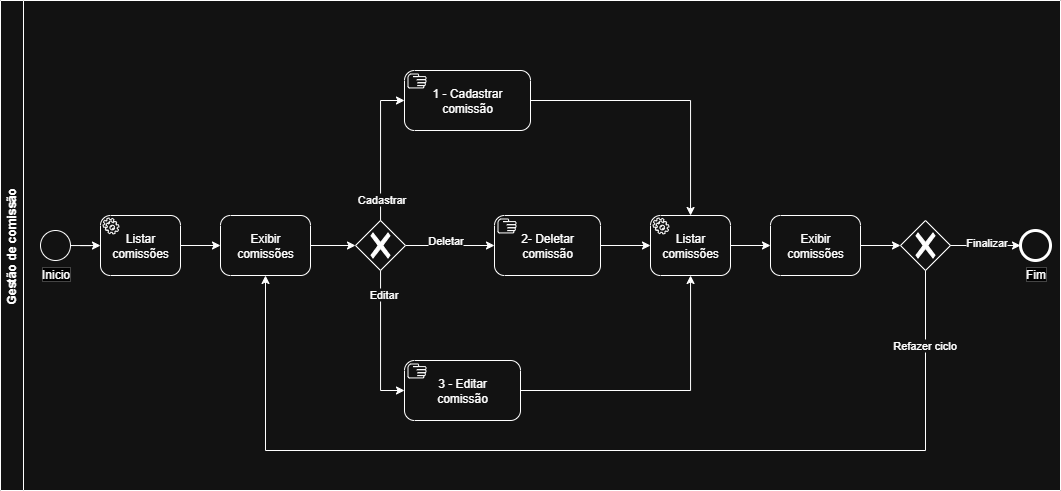
Above: docs/images/gestao-comissao.png in lsivolella/Servify (draw.io), before the change. Source tidied: cells renumbered, new cells last; positions are measured from the earlier drawing's top-left corner, leaving out a move shared by most shapes.
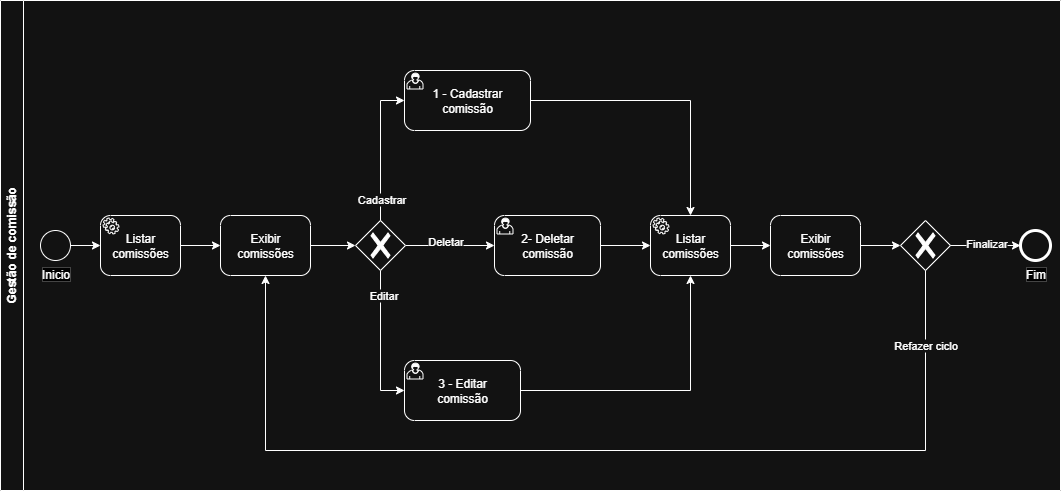
Above is the later version.

What changed in the source:
```diff
@@ -41,19 +41,19 @@
     <mxCell id="14" style="edgeStyle=orthogonalEdgeStyle;rounded=0;jettySize=auto;html=1;" parent="2" edge="1" source="15" target="20">
       <mxGeometry relative="1" as="geometry" />
     </mxCell>
-    <mxCell id="15" value="1 - Cadastrar comissão" style="points=[[0.25,0,0],[0.5,0,0],[0.75,0,0],[1,0.25,0],[1,0.5,0],[1,0.75,0],[0.75,1,0],[0.5,1,0],[0.25,1,0],[0,0.75,0],[0,0.5,0],[0,0.25,0]];shape=mxgraph.bpmn.task2;whiteSpace=wrap;rectStyle=rounded;size=10;html=1;taskMarker=manual;gradientColor=none;convertToSvg=0;" parent="2" vertex="1">
+    <mxCell id="15" value="1 - Cadastrar comissão" style="points=[[0.25,0,0],[0.5,0,0],[0.75,0,0],[1,0.25,0],[1,0.5,0],[1,0.75,0],[0.75,1,0],[0.5,1,0],[0.25,1,0],[0,0.75,0],[0,0.5,0],[0,0.25,0]];shape=mxgraph.bpmn.task2;whiteSpace=wrap;rectStyle=rounded;size=10;html=1;taskMarker=user;gradientColor=none;convertToSvg=0;" parent="2" vertex="1">
       <mxGeometry x="404" y="70" width="126" height="60" as="geometry" />
     </mxCell>
     <mxCell id="16" style="edgeStyle=orthogonalEdgeStyle;rounded=0;jettySize=auto;html=1;" parent="2" edge="1" source="17" target="20">
       <mxGeometry relative="1" as="geometry" />
     </mxCell>
-    <mxCell id="17" value="3 - Editar&lt;br&gt;comissão" style="points=[[0.25,0,0],[0.5,0,0],[0.75,0,0],[1,0.25,0],[1,0.5,0],[1,0.75,0],[0.75,1,0],[0.5,1,0],[0.25,1,0],[0,0.75,0],[0,0.5,0],[0,0.25,0]];shape=mxgraph.bpmn.task2;whiteSpace=wrap;rectStyle=rounded;size=10;html=1;taskMarker=manual;" parent="2" vertex="1">
+    <mxCell id="17" value="3 - Editar&lt;br&gt;comissão" style="points=[[0.25,0,0],[0.5,0,0],[0.75,0,0],[1,0.25,0],[1,0.5,0],[1,0.75,0],[0.75,1,0],[0.5,1,0],[0.25,1,0],[0,0.75,0],[0,0.5,0],[0,0.25,0]];shape=mxgraph.bpmn.task2;whiteSpace=wrap;rectStyle=rounded;size=10;html=1;taskMarker=user;" parent="2" vertex="1">
       <mxGeometry x="404" y="360" width="116" height="60" as="geometry" />
     </mxCell>
     <mxCell id="18" style="edgeStyle=orthogonalEdgeStyle;rounded=0;jettySize=auto;html=1;" parent="2" edge="1" source="19" target="20">
       <mxGeometry relative="1" as="geometry" />
     </mxCell>
-    <mxCell id="19" value="2- Deletar&lt;br&gt;comissão" style="points=[[0.25,0,0],[0.5,0,0],[0.75,0,0],[1,0.25,0],[1,0.5,0],[1,0.75,0],[0.75,1,0],[0.5,1,0],[0.25,1,0],[0,0.75,0],[0,0.5,0],[0,0.25,0]];shape=mxgraph.bpmn.task2;whiteSpace=wrap;rectStyle=rounded;size=10;html=1;taskMarker=manual;" parent="2" vertex="1">
+    <mxCell id="19" value="2- Deletar&lt;br&gt;comissão" style="points=[[0.25,0,0],[0.5,0,0],[0.75,0,0],[1,0.25,0],[1,0.5,0],[1,0.75,0],[0.75,1,0],[0.5,1,0],[0.25,1,0],[0,0.75,0],[0,0.5,0],[0,0.25,0]];shape=mxgraph.bpmn.task2;whiteSpace=wrap;rectStyle=rounded;size=10;html=1;taskMarker=user;" parent="2" vertex="1">
       <mxGeometry x="494" y="215" width="106" height="60" as="geometry" />
     </mxCell>
     <mxCell id="20" value="Listar comissões" style="points=[[0.25,0,0],[0.5,0,0],[0.75,0,0],[1,0.25,0],[1,0.5,0],[1,0.75,0],[0.75,1,0],[0.5,1,0],[0.25,1,0],[0,0.75,0],[0,0.5,0],[0,0.25,0]];shape=mxgraph.bpmn.task2;whiteSpace=wrap;rectStyle=rounded;size=10;html=1;taskMarker=service;" parent="2" vertex="1">
```
